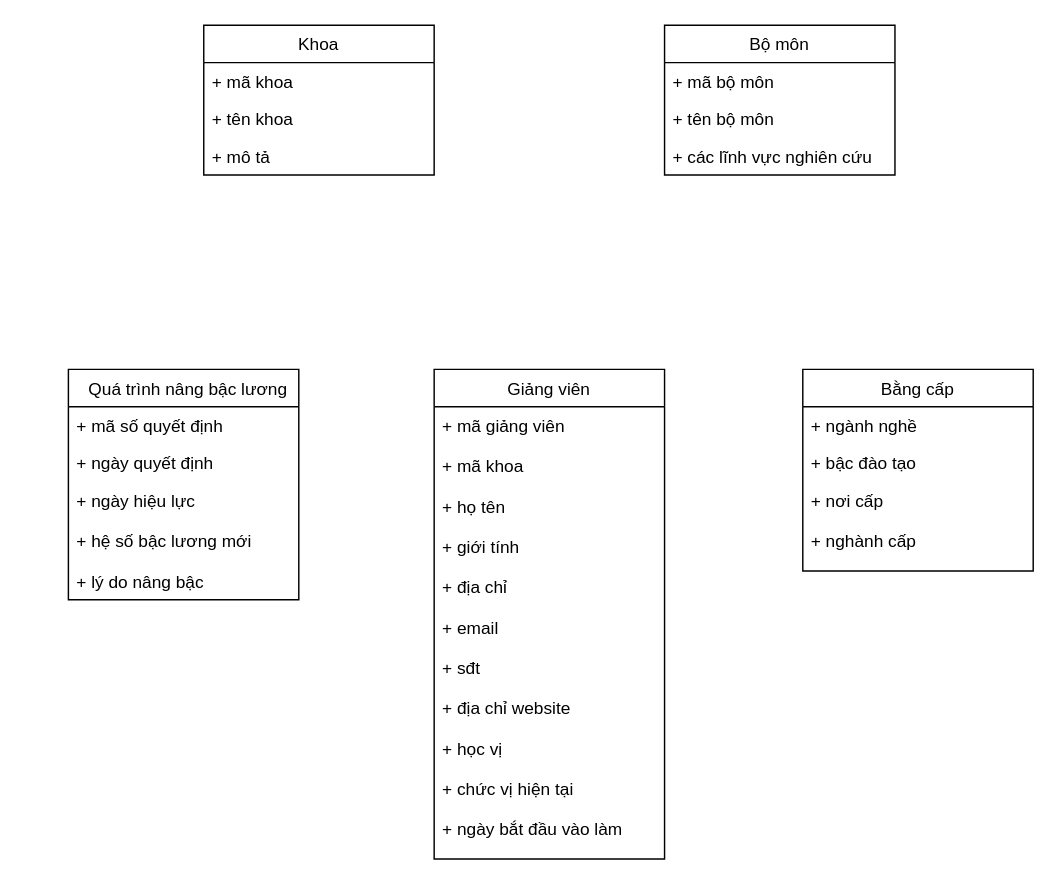
This is baikiemtraso1.drawio from VanThiKimKhanh1203/CSDL---2022, a draw.io file, before an edit. Source tidied: cells renumbered, new cells numbered last; positions are measured from the earlier drawing's top-left corner, leaving out a move shared by most shapes. Both pictures are drawn from the tidied source at 144%, with x=0, y=0 at pixel (68, 24).
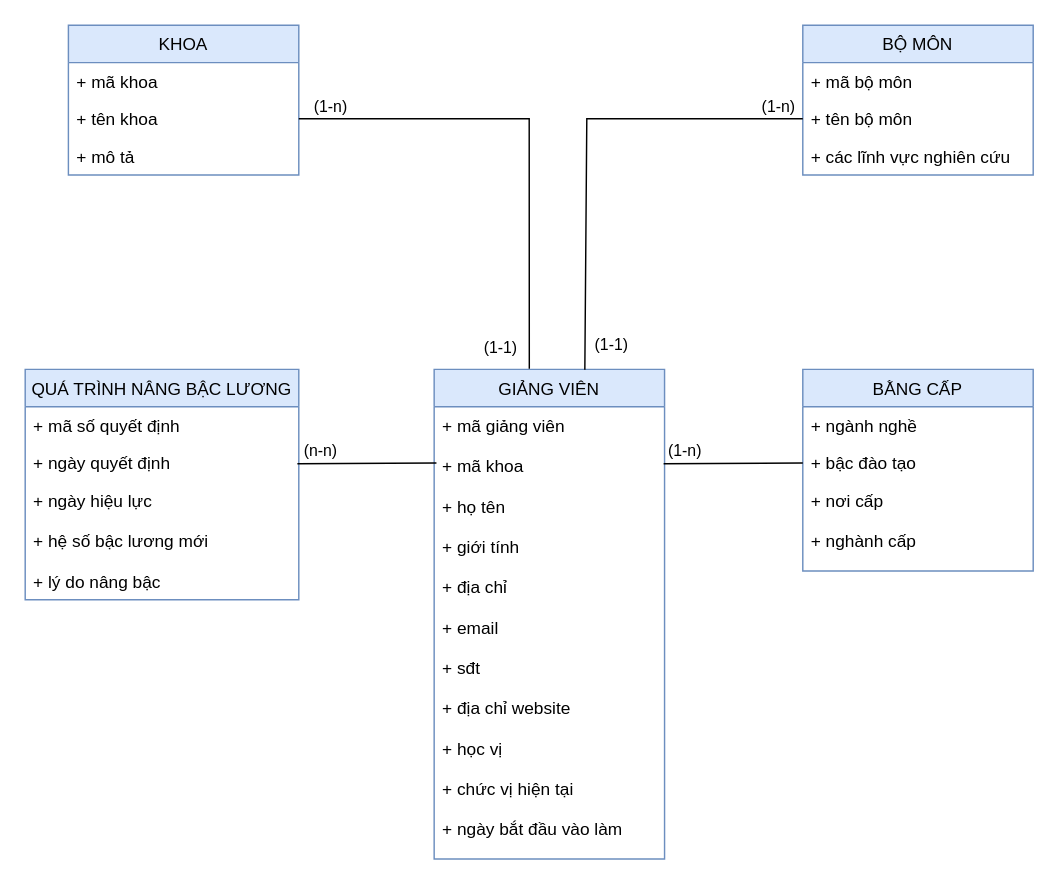
The same page after the edit.

The change refers to these unchanged cells:
```xml
<mxCell id="8" value="+ tên bộ môn" style="text;strokeColor=none;fillColor=none;align=left;verticalAlign=top;spacingLeft=4;spacingRight=4;overflow=hidden;points=[[0,0.5],[1,0.5]];portConstraint=eastwest;" parent="6" vertex="1">
  <mxGeometry y="52" width="160" height="26" as="geometry" />
</mxCell>
<mxCell id="12" value="+ tên khoa" style="text;strokeColor=none;fillColor=none;align=left;verticalAlign=top;spacingLeft=4;spacingRight=4;overflow=hidden;points=[[0,0.5],[1,0.5]];portConstraint=eastwest;" parent="10" vertex="1">
  <mxGeometry y="52" width="160" height="26" as="geometry" />
</mxCell>
<mxCell id="15" value="+ mã giảng viên&#10;&#10;+ mã khoa&#10;&#10;+ họ tên&#10;&#10;+ giới tính&#10;&#10;+ địa chỉ&#10;&#10;+ email&#10;&#10;+ sđt&#10;&#10;+ địa chỉ website&#10;&#10;+ học vị&#10;&#10;+ chức vị hiện tại&#10;&#10;+ ngày bắt đầu vào làm" style="text;strokeColor=none;fillColor=none;align=left;verticalAlign=top;spacingLeft=4;spacingRight=4;overflow=hidden;points=[[0,0.5],[1,0.5]];portConstraint=eastwest;" parent="14" vertex="1">
  <mxGeometry y="26" width="160" height="314" as="geometry" />
</mxCell>
<mxCell id="18" value="+ bậc đào tạo" style="text;strokeColor=none;fillColor=none;align=left;verticalAlign=top;spacingLeft=4;spacingRight=4;overflow=hidden;points=[[0,0.5],[1,0.5]];portConstraint=eastwest;" parent="16" vertex="1">
  <mxGeometry y="52" width="160" height="26" as="geometry" />
</mxCell>
```

Change to the diagram source:
```diff
@@
-    <mxCell id="2" value="  Quá trình nâng bậc lương" style="swimlane;fontStyle=0;horizontal=1;startSize=26;fillColor=none;" parent="1" vertex="1">
-      <mxGeometry y="239" width="160" height="160" as="geometry" />
+    <mxCell id="2" value="QUÁ TRÌNH NÂNG BẬC LƯƠNG" style="swimlane;fontStyle=0;horizontal=1;startSize=26;fillColor=#dae8fc;strokeColor=#6c8ebf;" parent="1" vertex="1">
+      <mxGeometry x="-30" y="239" width="190" height="160" as="geometry" />
     </mxCell>
     <mxCell id="3" value="+ mã số quyết định" style="text;strokeColor=none;fillColor=none;align=left;verticalAlign=top;spacingLeft=4;spacingRight=4;overflow=hidden;" parent="2" vertex="1">
-      <mxGeometry y="26" width="160" height="26" as="geometry" />
+      <mxGeometry y="26" width="190" height="26" as="geometry" />
     </mxCell>
     <mxCell id="4" value="+ ngày quyết định" style="text;strokeColor=none;fillColor=none;align=left;verticalAlign=top;spacingLeft=4;spacingRight=4;overflow=hidden;" parent="2" vertex="1">
-      <mxGeometry y="52" width="160" height="26" as="geometry" />
+      <mxGeometry y="52" width="190" height="26" as="geometry" />
     </mxCell>
     <mxCell id="5" value="+ ngày hiệu lực&#10;&#10;+ hệ số bậc lương mới&#10;&#10;+ lý do nâng bậc" style="text;strokeColor=none;fillColor=none;align=left;verticalAlign=top;spacingLeft=4;spacingRight=4;overflow=hidden;" parent="2" vertex="1">
-      <mxGeometry y="78" width="160" height="82" as="geometry" />
+      <mxGeometry y="78" width="190" height="82" as="geometry" />
     </mxCell>
-    <mxCell id="6" value="Bộ môn" style="swimlane;fontStyle=0;horizontal=1;startSize=26;fillColor=none;" parent="1" vertex="1">
-      <mxGeometry x="414" width="160" height="104" as="geometry" />
+    <mxCell id="6" value="BỘ MÔN" style="swimlane;fontStyle=0;horizontal=1;startSize=26;fillColor=#dae8fc;strokeColor=#6c8ebf;" parent="1" vertex="1">
+      <mxGeometry x="510" width="160" height="104" as="geometry" />
     </mxCell>
@@
-    <mxCell id="10" value="Khoa" style="swimlane;fontStyle=0;horizontal=1;startSize=26;fillColor=none;" parent="1" vertex="1">
-      <mxGeometry x="94" width="160" height="104" as="geometry" />
+    <mxCell id="10" value="KHOA" style="swimlane;fontStyle=0;horizontal=1;startSize=26;fillColor=#dae8fc;strokeColor=#6c8ebf;" parent="1" vertex="1">
+      <mxGeometry width="160" height="104" as="geometry" />
     </mxCell>
@@
-    <mxCell id="14" value="Giảng viên" style="swimlane;fontStyle=0;horizontal=1;startSize=26;fillColor=none;" parent="1" vertex="1">
+    <mxCell id="14" value="GIẢNG VIÊN" style="swimlane;fontStyle=0;horizontal=1;startSize=26;fillColor=#dae8fc;strokeColor=#6c8ebf;" parent="1" vertex="1">
       <mxGeometry x="254" y="239" width="160" height="340" as="geometry" />
     </mxCell>
@@
-    <mxCell id="16" value="Bằng cấp" style="swimlane;fontStyle=0;horizontal=1;startSize=26;fillColor=none;" parent="1" vertex="1">
+    <mxCell id="16" value="BẰNG CẤP" style="swimlane;fontStyle=0;horizontal=1;startSize=26;fillColor=#dae8fc;strokeColor=#6c8ebf;" parent="1" vertex="1">
       <mxGeometry x="510" y="239" width="160" height="140" as="geometry" />
     </mxCell>
@@
+    <mxCell id="20" style="endArrow=none;html=1;rounded=0;exitX=0.413;exitY=-0.001;exitDx=0;exitDy=0;entryX=1;entryY=0.5;entryDx=0;entryDy=0;exitPerimeter=0;" parent="1" edge="1" source="14" target="12">
+      <mxGeometry relative="1" as="geometry">
+        <Array as="points">
+          <mxPoint x="320" y="65" />
+        </Array>
+      </mxGeometry>
+    </mxCell>
+    <mxCell id="21" value="(1-n)" style="edgeLabel;html=1;align=center;verticalAlign=middle;" parent="20" vertex="1">
+      <mxGeometry x="0.85" y="-2" relative="1" as="geometry">
+        <mxPoint x="-3" y="-7" as="offset" />
+      </mxGeometry>
+    </mxCell>
+    <mxCell id="22" style="endArrow=none;html=1;rounded=0;exitX=0.654;exitY=0.001;exitDx=0;exitDy=0;entryX=0;entryY=0.5;entryDx=0;entryDy=0;exitPerimeter=0;" parent="1" edge="1" source="14" target="8">
+      <mxGeometry relative="1" as="geometry">
+        <Array as="points">
+          <mxPoint x="360" y="65" />
+        </Array>
+      </mxGeometry>
+    </mxCell>
+    <mxCell id="23" value="(1-n)" style="edgeLabel;html=1;align=center;verticalAlign=middle;" parent="22" vertex="1">
+      <mxGeometry x="0.89" y="-2" relative="1" as="geometry">
+        <mxPoint y="-11" as="offset" />
+      </mxGeometry>
+    </mxCell>
+    <mxCell id="24" value="(1-1)" style="edgeLabel;html=1;align=center;verticalAlign=middle;" parent="22" vertex="1">
+      <mxGeometry x="-0.87" relative="1" as="geometry">
+        <mxPoint x="18" y="3" as="offset" />
+      </mxGeometry>
+    </mxCell>
+    <mxCell id="25" value="(1-1)" style="edgeLabel;html=1;align=center;verticalAlign=middle;" parent="22" vertex="1">
+      <mxGeometry x="-0.8" y="2" relative="1" as="geometry">
+        <mxPoint x="-57" y="16" as="offset" />
+      </mxGeometry>
+    </mxCell>
+    <mxCell id="26" style="endArrow=none;html=1;rounded=0;entryX=0;entryY=0.5;entryDx=0;entryDy=0;exitX=0.996;exitY=0.126;exitDx=0;exitDy=0;exitPerimeter=0;" parent="1" edge="1" source="15" target="18">
+      <mxGeometry relative="1" as="geometry" />
+    </mxCell>
+    <mxCell id="27" value="(1-n)" style="edgeLabel;html=1;align=center;verticalAlign=middle;" parent="26" vertex="1">
+      <mxGeometry x="-0.77" y="-2" relative="1" as="geometry">
+        <mxPoint x="3" y="-11" as="offset" />
+      </mxGeometry>
+    </mxCell>
+    <mxCell id="28" style="endArrow=none;html=1;rounded=0;entryX=0;entryY=0.5;entryDx=0;entryDy=0;exitX=0.996;exitY=0.126;exitDx=0;exitDy=0;exitPerimeter=0;" parent="1" edge="1">
+      <mxGeometry relative="1" as="geometry">
+        <mxPoint x="159" y="304.6" as="sourcePoint" />
+        <mxPoint x="255.6" y="304" as="targetPoint" />
+      </mxGeometry>
+    </mxCell>
+    <mxCell id="29" value="(n-n)" style="edgeLabel;html=1;align=center;verticalAlign=middle;" parent="28" vertex="1">
+      <mxGeometry x="-0.74" y="3" relative="1" as="geometry">
+        <mxPoint x="3" y="-6" as="offset" />
+      </mxGeometry>
+    </mxCell>
```
